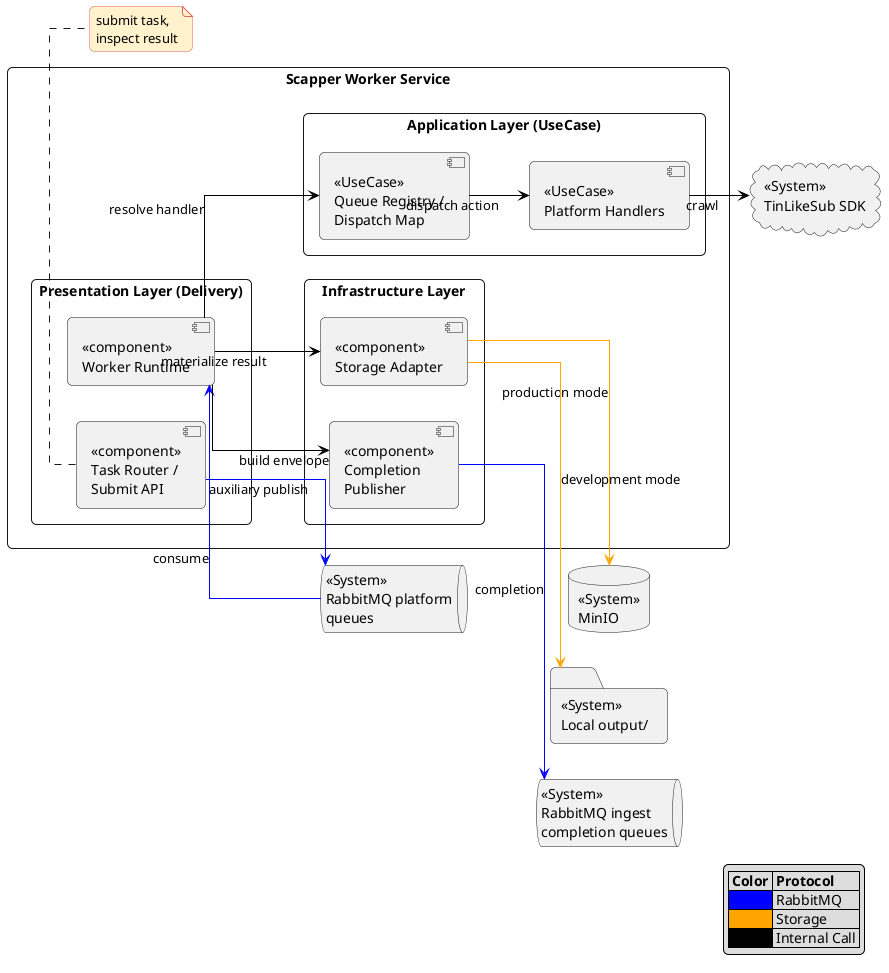
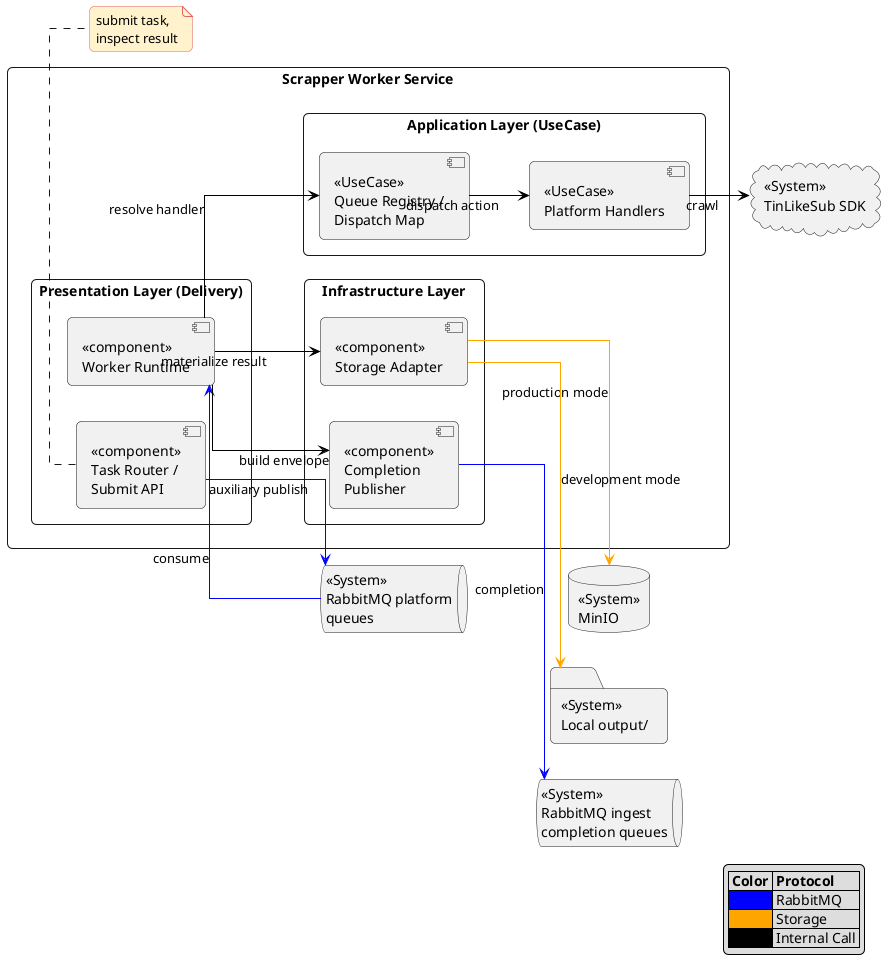
@startuml
skinparam defaultFontName Arial
skinparam shadowing false
skinparam componentStyle uml2
skinparam packageStyle rectangle
skinparam roundcorner 10
skinparam linetype ortho
skinparam noteBackgroundColor #FFF2CC
skinparam noteBorderColor #E06666
left to right direction

- rectangle "Scapper Worker Service" {
+ rectangle "Scrapper Worker Service" {
  package "Presentation Layer (Delivery)" {
    component "«component»\nTask Router /\nSubmit API" as sc_router
    component "«component»\nWorker Runtime" as sc_worker
  }

  package "Application Layer (UseCase)" {
    component "«UseCase»\nQueue Registry /\nDispatch Map" as sc_registry
    component "«UseCase»\nPlatform Handlers" as sc_handlers
  }

  package "Infrastructure Layer" {
    component "«component»\nStorage Adapter" as sc_storage
    component "«component»\nCompletion\nPublisher" as sc_pub
  }
}

queue "«System»\nRabbitMQ platform\nqueues" as sc_taskq
cloud "«System»\nTinLikeSub SDK" as sc_sdk
database "«System»\nMinIO" as sc_minio
folder "«System»\nLocal output/" as sc_fs
queue "«System»\nRabbitMQ ingest\ncompletion queues" as sc_completionq

sc_router -[#0000FF]-> sc_taskq : auxiliary publish
sc_taskq -[#0000FF]-> sc_worker : consume
sc_worker -[#000000]-> sc_registry : resolve handler
sc_registry -[#000000]-> sc_handlers : dispatch action
sc_handlers -[#000000]-> sc_sdk : crawl
sc_worker -[#000000]-> sc_storage : materialize result
sc_storage -[#FFA500]-> sc_minio : production mode
sc_storage -[#FFA500]-> sc_fs : development mode
sc_worker -[#000000]-> sc_pub : build envelope
sc_pub -[#0000FF]-> sc_completionq : completion

note bottom of sc_router
submit task,
inspect result
end note

legend right
|= Color |= Protocol |
|<#0000FF>  | RabbitMQ |
|<#FFA500>  | Storage |
|<#000000>  | Internal Call |
endlegend
@enduml
